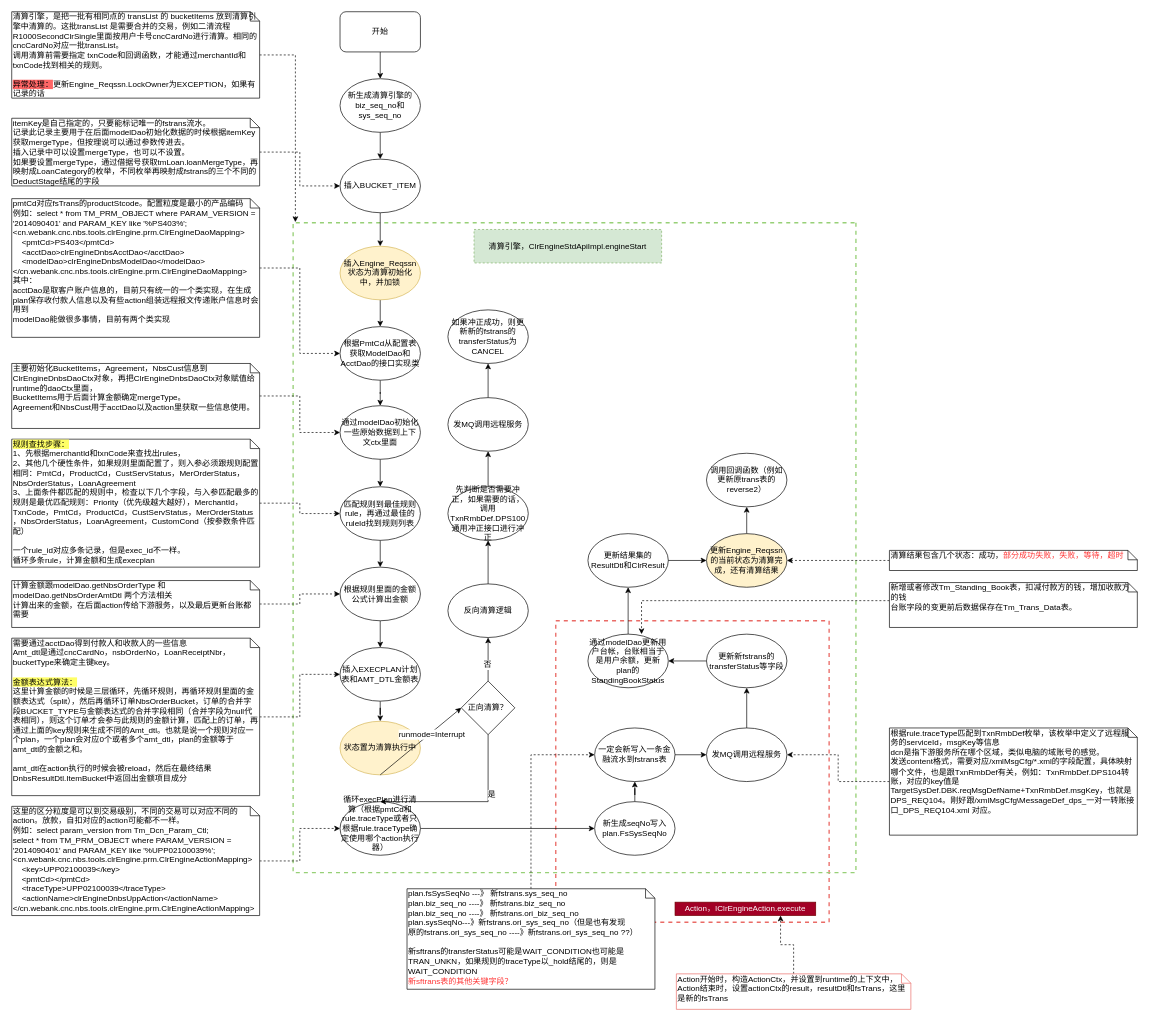
Before: 清算引擎.drawio in staconfree/design, a draw.io diagram. Source tidied: cells renumbered, new cells numbered last; positions are measured from the earlier drawing's top-left corner, leaving out a move shared by most shapes. Both pictures are drawn from the tidied source at 67%, with x=0, y=0 at pixel (11, 11).
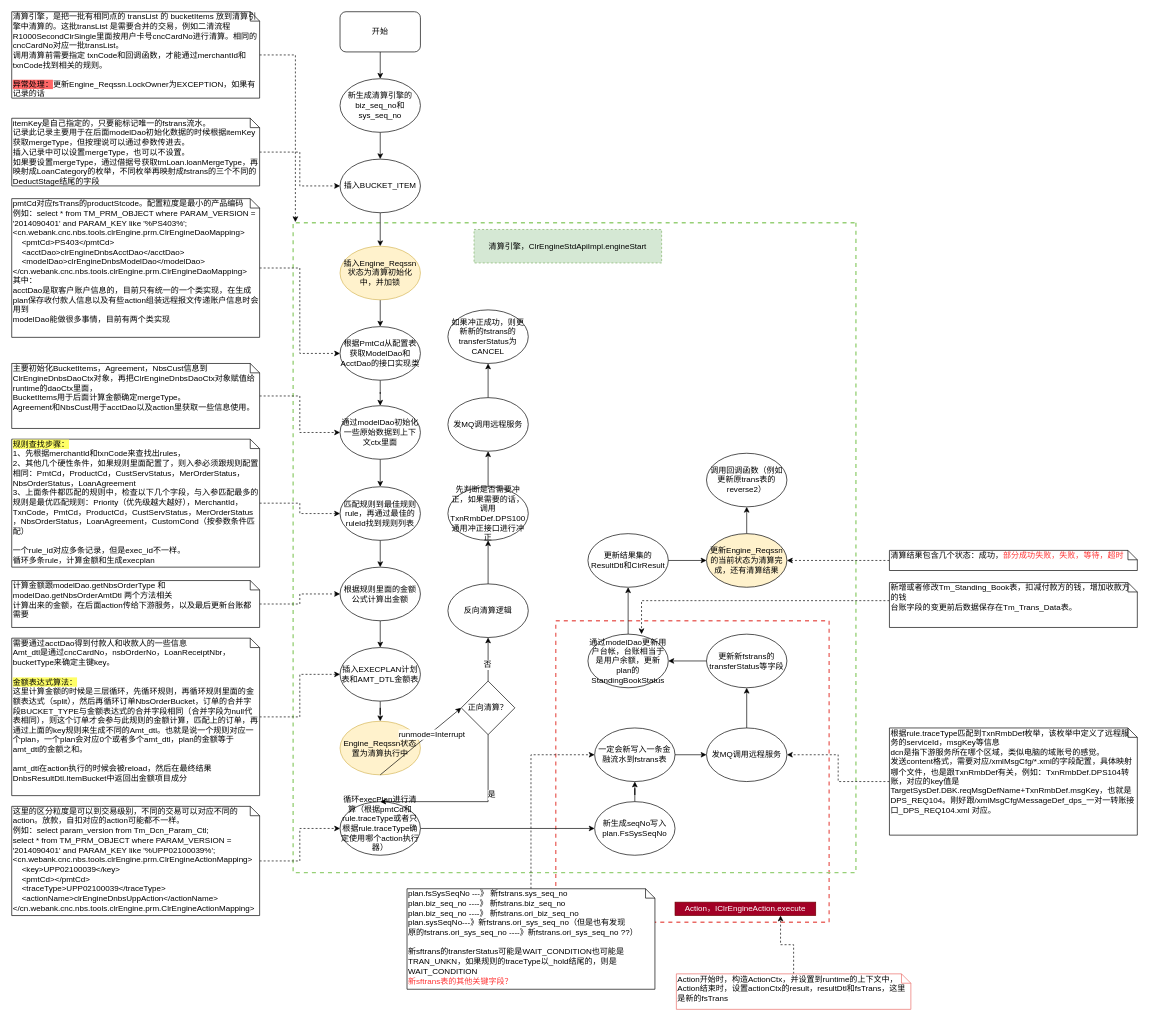
Above is the later version.

Commit message:
更新清算引擎.drawio

Diff of the diagram source:
```diff
@@
-    <mxCell id="24" value="状态置为清算执行中" style="ellipse;whiteSpace=wrap;html=1;fillColor=#fff2cc;strokeColor=#d6b656;" parent="1" vertex="1">
+    <mxCell id="24" value="Engine_Reqssn状态置为清算执行中" style="ellipse;whiteSpace=wrap;html=1;fillColor=#fff2cc;strokeColor=#d6b656;" parent="1" vertex="1">
       <mxGeometry x="490" y="1059" width="120" height="80" as="geometry" />
     </mxCell>
```
